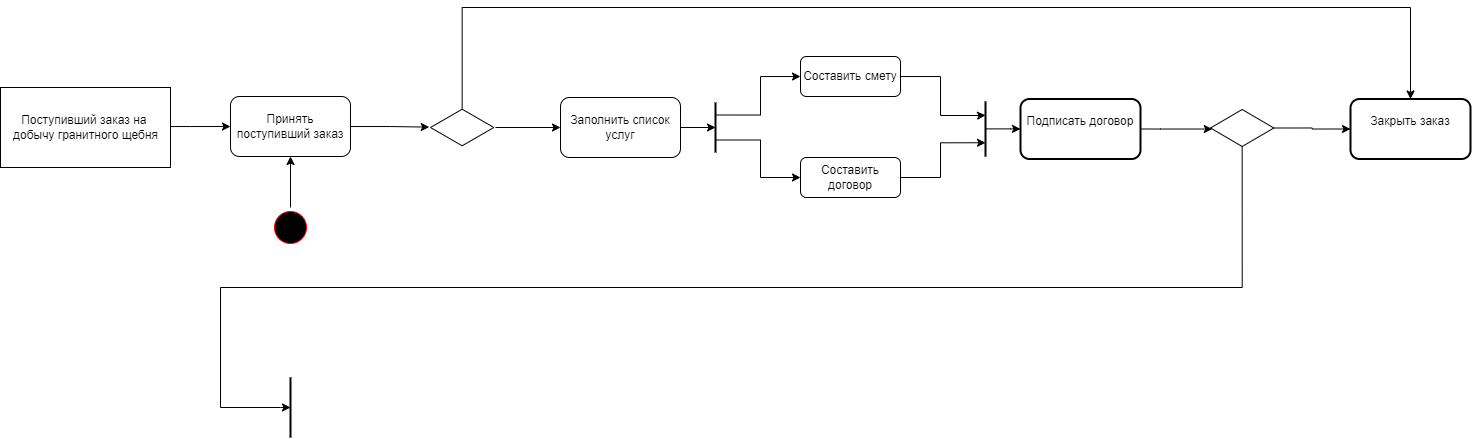
The draw.io diagram Widow_Deiatelnosti.drawio.png in Awftf/UML, before a commit. Source tidied: cells renumbered, new cells last; positions are measured from the earlier drawing's top-left corner, leaving out a move shared by most shapes. Source of this version:
```xml
<mxGraphModel>
  <root>
    <mxCell id="0" />
    <mxCell id="1" parent="0" />
    <mxCell id="2" style="edgeStyle=orthogonalEdgeStyle;rounded=0;jettySize=auto;html=1;" parent="1" edge="1" source="3" target="7">
      <mxGeometry relative="1" as="geometry" />
    </mxCell>
    <mxCell id="3" style="ellipse;html=1;shape=startState;fillColor=#000000;strokeColor=#ff0000;" parent="1" vertex="1">
      <mxGeometry x="270" y="200" width="40" height="40" as="geometry" />
    </mxCell>
    <mxCell id="4" style="edgeStyle=orthogonalEdgeStyle;rounded=0;jettySize=auto;html=1;" parent="1" edge="1" source="5" target="7">
      <mxGeometry relative="1" as="geometry">
        <Array as="points">
          <mxPoint x="190" y="119" />
          <mxPoint x="190" y="119" />
        </Array>
      </mxGeometry>
    </mxCell>
    <mxCell id="5" value="Поступивший заказ на &lt;br&gt;добычу гранитного щебня" style="html=1;" parent="1" vertex="1">
      <mxGeometry y="80" width="170" height="80" as="geometry" />
    </mxCell>
    <mxCell id="6" style="edgeStyle=orthogonalEdgeStyle;rounded=0;jettySize=auto;html=1;entryX=-0.02;entryY=0.49;entryDx=0;entryDy=0;entryPerimeter=0;" parent="1" edge="1" source="7" target="12">
      <mxGeometry relative="1" as="geometry" />
    </mxCell>
    <mxCell id="7" value="Принять поступивший заказ" style="rounded=1;whiteSpace=wrap;html=1;" parent="1" vertex="1">
      <mxGeometry x="230" y="89" width="120" height="60" as="geometry" />
    </mxCell>
    <mxCell id="8" style="edgeStyle=orthogonalEdgeStyle;rounded=0;jettySize=auto;html=1;" parent="1" edge="1" target="10">
      <mxGeometry relative="1" as="geometry">
        <mxPoint x="495" y="120" as="sourcePoint" />
      </mxGeometry>
    </mxCell>
    <mxCell id="9" style="edgeStyle=orthogonalEdgeStyle;rounded=0;jettySize=auto;html=1;entryX=0.5;entryY=0.5;entryDx=0;entryDy=0;entryPerimeter=0;" parent="1" edge="1" source="10" target="15">
      <mxGeometry relative="1" as="geometry" />
    </mxCell>
    <mxCell id="10" value="Заполнить список услуг" style="whiteSpace=wrap;html=1;rounded=1;" parent="1" vertex="1">
      <mxGeometry x="560" y="90" width="120" height="60" as="geometry" />
    </mxCell>
    <mxCell id="11" style="edgeStyle=orthogonalEdgeStyle;rounded=0;jettySize=auto;html=1;entryX=0.5;entryY=0;entryDx=0;entryDy=0;" parent="1" edge="1" source="12" target="24">
      <mxGeometry relative="1" as="geometry">
        <Array as="points">
          <mxPoint x="462" />
          <mxPoint x="1410" />
        </Array>
      </mxGeometry>
    </mxCell>
    <mxCell id="12" style="html=1;whiteSpace=wrap;shape=isoRectangle;" parent="1" vertex="1">
      <mxGeometry x="430" y="101" width="63.3" height="38" as="geometry" />
    </mxCell>
    <mxCell id="13" style="edgeStyle=orthogonalEdgeStyle;rounded=0;jettySize=auto;html=1;exitX=0.25;exitY=0.5;exitDx=0;exitDy=0;exitPerimeter=0;entryX=0;entryY=0.5;entryDx=0;entryDy=0;" parent="1" edge="1" source="15" target="17">
      <mxGeometry relative="1" as="geometry" />
    </mxCell>
    <mxCell id="14" style="edgeStyle=orthogonalEdgeStyle;rounded=0;jettySize=auto;html=1;exitX=0.75;exitY=0.5;exitDx=0;exitDy=0;exitPerimeter=0;entryX=0;entryY=0.5;entryDx=0;entryDy=0;" parent="1" edge="1" source="15" target="19">
      <mxGeometry relative="1" as="geometry" />
    </mxCell>
    <mxCell id="15" style="line;strokeWidth=2;direction=south;html=1;" parent="1" vertex="1">
      <mxGeometry x="710" y="95" width="10" height="50" as="geometry" />
    </mxCell>
    <mxCell id="16" style="edgeStyle=orthogonalEdgeStyle;rounded=0;jettySize=auto;html=1;entryX=0.25;entryY=0.5;entryDx=0;entryDy=0;entryPerimeter=0;" parent="1" edge="1" source="17" target="21">
      <mxGeometry relative="1" as="geometry">
        <Array as="points">
          <mxPoint x="940" y="69" />
          <mxPoint x="940" y="108" />
          <mxPoint x="980" y="108" />
        </Array>
      </mxGeometry>
    </mxCell>
    <mxCell id="17" value="Составить смету" style="rounded=1;whiteSpace=wrap;html=1;" parent="1" vertex="1">
      <mxGeometry x="800" y="49" width="100" height="40" as="geometry" />
    </mxCell>
    <mxCell id="18" style="edgeStyle=orthogonalEdgeStyle;rounded=0;jettySize=auto;html=1;entryX=0.75;entryY=0.5;entryDx=0;entryDy=0;entryPerimeter=0;" parent="1" edge="1" source="19" target="21">
      <mxGeometry relative="1" as="geometry">
        <Array as="points">
          <mxPoint x="940" y="170" />
          <mxPoint x="940" y="135" />
        </Array>
      </mxGeometry>
    </mxCell>
    <mxCell id="19" value="Составить договор" style="rounded=1;whiteSpace=wrap;html=1;" parent="1" vertex="1">
      <mxGeometry x="800" y="150" width="100" height="40" as="geometry" />
    </mxCell>
    <mxCell id="20" style="edgeStyle=orthogonalEdgeStyle;rounded=0;jettySize=auto;html=1;exitX=0.498;exitY=0.42;exitDx=0;exitDy=0;exitPerimeter=0;" parent="1" edge="1" source="21" target="23">
      <mxGeometry relative="1" as="geometry" />
    </mxCell>
    <mxCell id="21" style="line;strokeWidth=2;direction=south;html=1;" parent="1" vertex="1">
      <mxGeometry x="980" y="94" width="10" height="55" as="geometry" />
    </mxCell>
    <mxCell id="22" style="edgeStyle=orthogonalEdgeStyle;rounded=0;jettySize=auto;html=1;exitX=1;exitY=0.5;exitDx=0;exitDy=0;" parent="1" edge="1" source="23" target="27">
      <mxGeometry relative="1" as="geometry">
        <Array as="points">
          <mxPoint x="1160" y="121" />
          <mxPoint x="1160" y="121" />
        </Array>
      </mxGeometry>
    </mxCell>
    <mxCell id="23" value="Подписать договор" style="rounded=1;whiteSpace=wrap;html=1;verticalAlign=top;strokeWidth=2;labelBackgroundColor=default;spacingTop=8;" parent="1" vertex="1">
      <mxGeometry x="1020" y="91.5" width="120" height="60" as="geometry" />
    </mxCell>
    <mxCell id="24" value="Закрыть заказ" style="whiteSpace=wrap;html=1;verticalAlign=top;rounded=1;strokeWidth=2;labelBackgroundColor=default;spacingTop=8;" parent="1" vertex="1">
      <mxGeometry x="1350" y="91.5" width="120" height="60" as="geometry" />
    </mxCell>
    <mxCell id="25" style="edgeStyle=orthogonalEdgeStyle;rounded=0;jettySize=auto;html=1;exitX=1;exitY=0.5;exitDx=0;exitDy=0;entryX=0;entryY=0.5;entryDx=0;entryDy=0;" parent="1" edge="1" source="27" target="24">
      <mxGeometry relative="1" as="geometry" />
    </mxCell>
    <mxCell id="26" style="edgeStyle=orthogonalEdgeStyle;rounded=0;jettySize=auto;html=1;exitX=0.5;exitY=1;exitDx=0;exitDy=0;" parent="1" edge="1" source="27">
      <mxGeometry relative="1" as="geometry">
        <mxPoint x="290" y="400" as="targetPoint" />
        <Array as="points">
          <mxPoint x="1242" y="280" />
          <mxPoint x="220" y="280" />
          <mxPoint x="220" y="400" />
          <mxPoint x="280" y="400" />
        </Array>
      </mxGeometry>
    </mxCell>
    <mxCell id="27" style="rhombus;whiteSpace=wrap;html=1;" parent="1" vertex="1">
      <mxGeometry x="1210" y="102" width="63.3" height="37" as="geometry" />
    </mxCell>
    <mxCell id="28" style="line;strokeWidth=2;direction=south;html=1;" parent="1" vertex="1">
      <mxGeometry x="285" y="370" width="10" height="60" as="geometry" />
    </mxCell>
  </root>
</mxGraphModel>
```
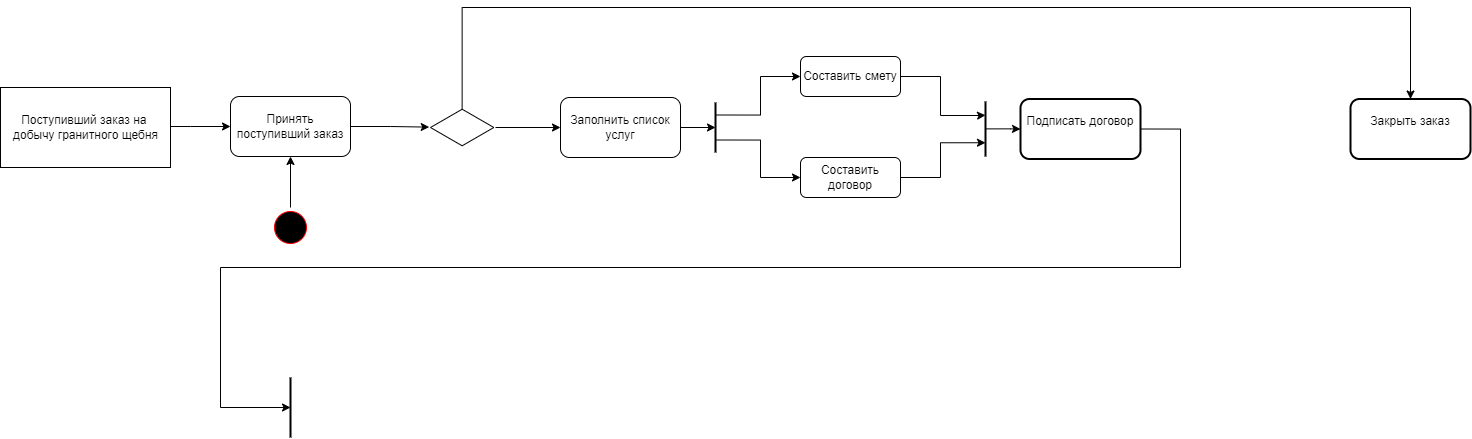
Later version of the same file.

What changed in the source:
```diff
@@ -85,37 +85,23 @@
     <mxCell id="21" style="line;strokeWidth=2;direction=south;html=1;" parent="1" vertex="1">
       <mxGeometry x="980" y="94" width="10" height="55" as="geometry" />
     </mxCell>
-    <mxCell id="22" style="edgeStyle=orthogonalEdgeStyle;rounded=0;jettySize=auto;html=1;exitX=1;exitY=0.5;exitDx=0;exitDy=0;" parent="1" edge="1" source="23" target="27">
-      <mxGeometry relative="1" as="geometry">
-        <Array as="points">
-          <mxPoint x="1160" y="121" />
-          <mxPoint x="1160" y="121" />
-        </Array>
-      </mxGeometry>
-    </mxCell>
     <mxCell id="23" value="Подписать договор" style="rounded=1;whiteSpace=wrap;html=1;verticalAlign=top;strokeWidth=2;labelBackgroundColor=default;spacingTop=8;" parent="1" vertex="1">
       <mxGeometry x="1020" y="91.5" width="120" height="60" as="geometry" />
     </mxCell>
     <mxCell id="24" value="Закрыть заказ" style="whiteSpace=wrap;html=1;verticalAlign=top;rounded=1;strokeWidth=2;labelBackgroundColor=default;spacingTop=8;" parent="1" vertex="1">
       <mxGeometry x="1350" y="91.5" width="120" height="60" as="geometry" />
     </mxCell>
-    <mxCell id="25" style="edgeStyle=orthogonalEdgeStyle;rounded=0;jettySize=auto;html=1;exitX=1;exitY=0.5;exitDx=0;exitDy=0;entryX=0;entryY=0.5;entryDx=0;entryDy=0;" parent="1" edge="1" source="27" target="24">
-      <mxGeometry relative="1" as="geometry" />
-    </mxCell>
-    <mxCell id="26" style="edgeStyle=orthogonalEdgeStyle;rounded=0;jettySize=auto;html=1;exitX=0.5;exitY=1;exitDx=0;exitDy=0;" parent="1" edge="1" source="27">
+    <mxCell id="26" style="edgeStyle=orthogonalEdgeStyle;rounded=0;jettySize=auto;html=1;exitX=1;exitY=0.5;exitDx=0;exitDy=0;" parent="1" edge="1" source="23">
       <mxGeometry relative="1" as="geometry">
         <mxPoint x="290" y="400" as="targetPoint" />
         <Array as="points">
-          <mxPoint x="1242" y="280" />
-          <mxPoint x="220" y="280" />
+          <mxPoint x="1180" y="122" />
+          <mxPoint x="1180" y="260" />
+          <mxPoint x="220" y="260" />
           <mxPoint x="220" y="400" />
-          <mxPoint x="280" y="400" />
         </Array>
       </mxGeometry>
     </mxCell>
-    <mxCell id="27" style="rhombus;whiteSpace=wrap;html=1;" parent="1" vertex="1">
-      <mxGeometry x="1210" y="102" width="63.3" height="37" as="geometry" />
-    </mxCell>
     <mxCell id="28" style="line;strokeWidth=2;direction=south;html=1;" parent="1" vertex="1">
       <mxGeometry x="285" y="370" width="10" height="60" as="geometry" />
     </mxCell>
```
